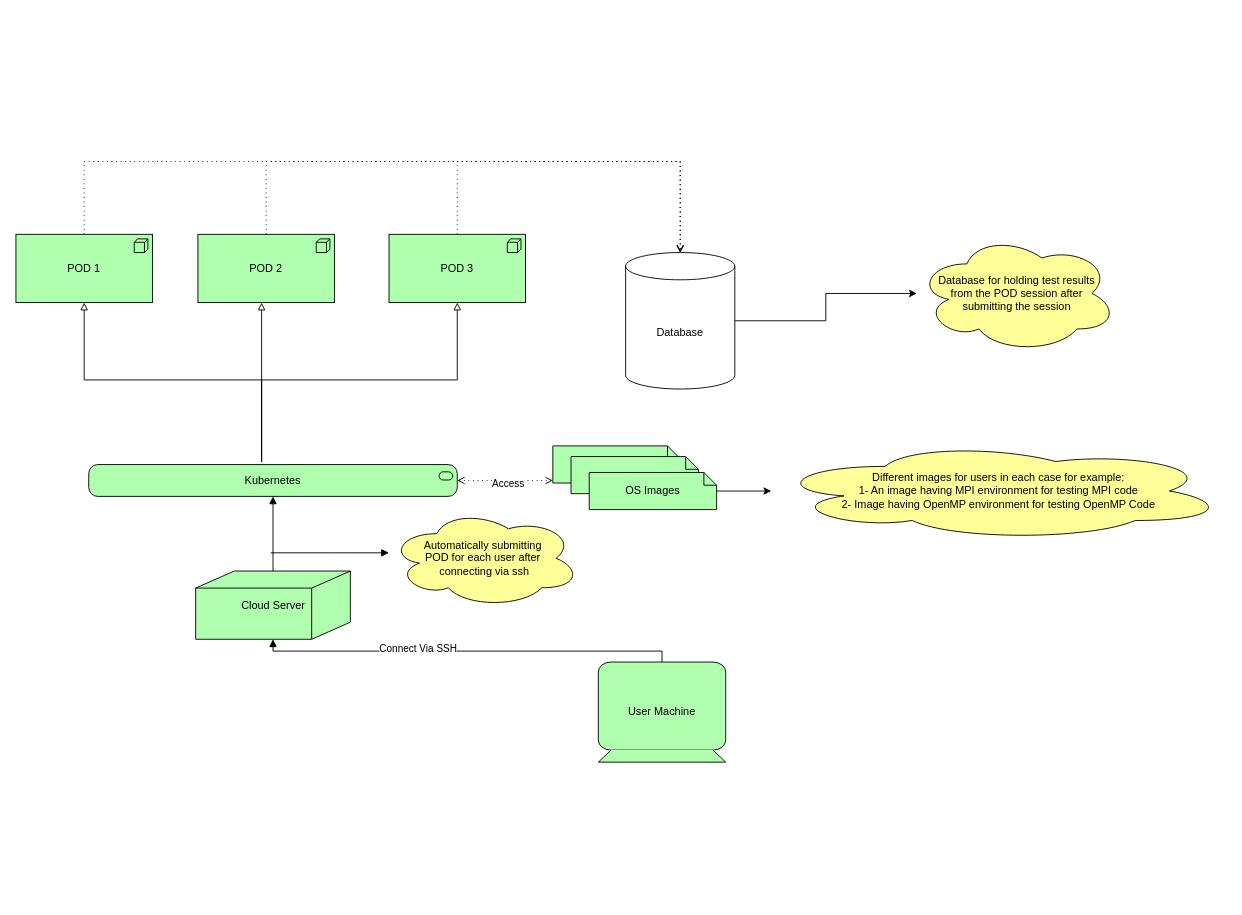
This is Untitled Diagram.drawio from JonathanGhaly/sturdy-octo-funicular, a draw.io file, before an edit. Source tidied: cells renumbered, new cells numbered last; positions are measured from the earlier drawing's top-left corner, leaving out a move shared by most shapes. Both pictures are drawn from the tidied source at 91%, with x=0, y=0 at pixel (15, 161).
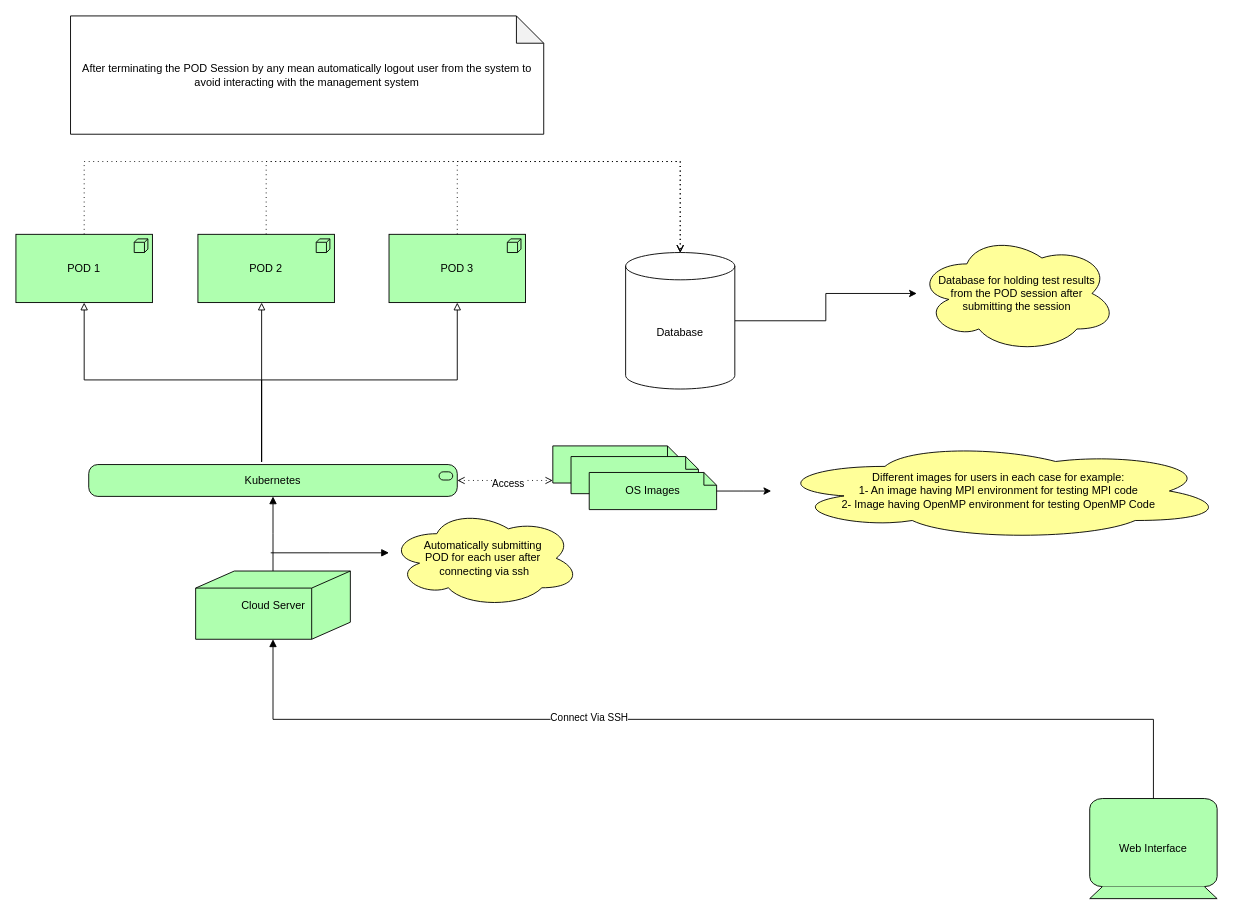
Above is the later version.

The edit, as a diff of the source:
```diff
@@
-    <mxCell id="10" value="User Machine" style="html=1;outlineConnect=0;whiteSpace=wrap;fillColor=#AFFFAF;shape=mxgraph.archimate3.device;" parent="1" vertex="1">
-      <mxGeometry x="640" y="550" width="140" height="110" as="geometry" />
+    <mxCell id="10" value="Web Interface" style="html=1;outlineConnect=0;whiteSpace=wrap;fillColor=#AFFFAF;shape=mxgraph.archimate3.device;" parent="1" vertex="1">
+      <mxGeometry x="1180" y="700" width="140" height="110" as="geometry" />
     </mxCell>
@@
+    <mxCell id="30" value="After terminating the POD Session by any mean automatically logout user from the system to avoid interacting with the management system" style="shape=note;whiteSpace=wrap;html=1;backgroundOutline=1;darkOpacity=0.05;" parent="1" vertex="1">
+      <mxGeometry x="60" y="-160" width="520" height="130" as="geometry" />
+    </mxCell>
```
